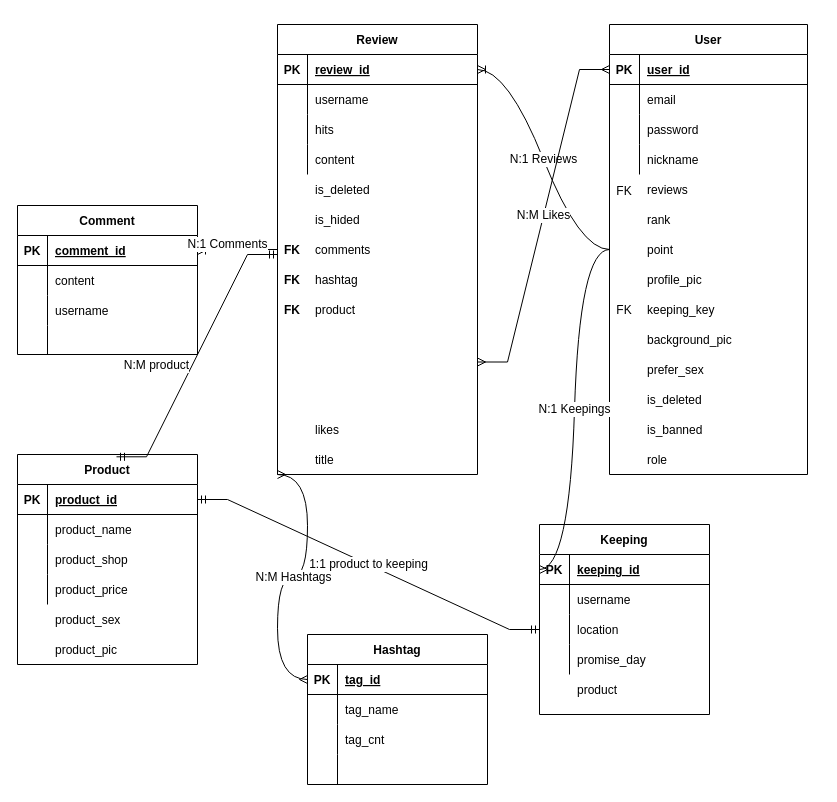
Earlier version of the draw.io diagram sreview.drawio (lectykim/sreview). Source tidied: cells renumbered, new cells numbered last; positions are measured from the earlier drawing's top-left corner, leaving out a move shared by most shapes. Both pictures are drawn from the tidied source at 100%, with x=0, y=0 at pixel (17, 24).
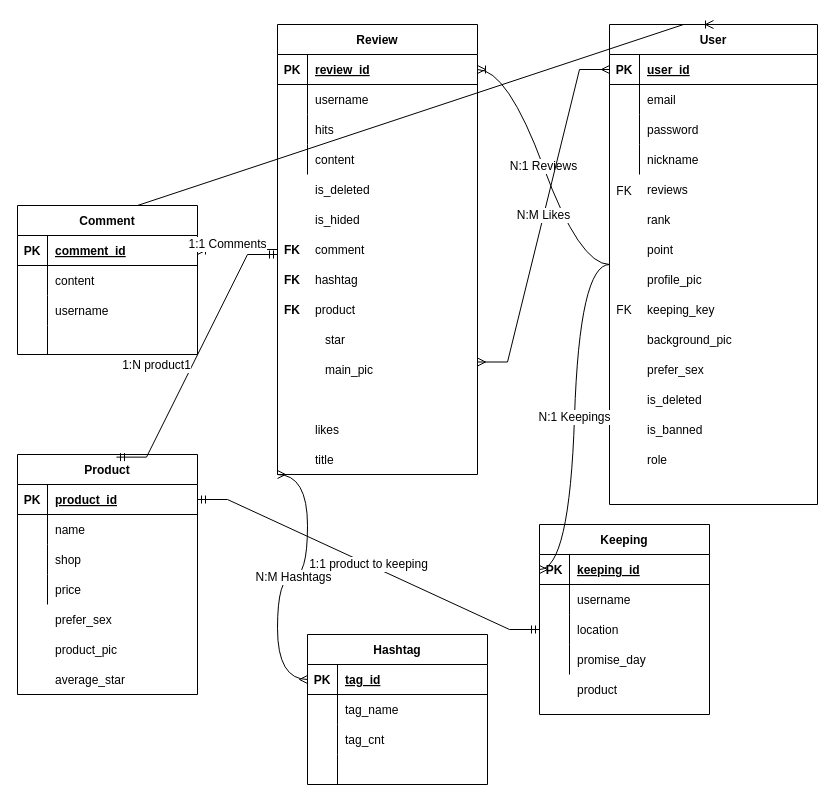
Above is the later version.

Commit message:
feat:  Database structure change => Comment - Review N:1 To 1:1 change and Role append "master" field

Unchanged cells that the change refers to:
```xml
<mxCell id="24" value="Review" style="shape=table;startSize=30;childLayout=tableLayout;rowLines=0;fontStyle=1;align=center;" parent="1" vertex="1">
  <mxGeometry x="260" width="200" height="450" as="geometry" />
</mxCell>
<mxCell id="58" value="Comment" style="shape=table;startSize=30;childLayout=tableLayout;rowLines=0;fontStyle=1;align=center;" parent="1" vertex="1">
  <mxGeometry y="181" width="180" height="149" as="geometry" />
</mxCell>
<mxCell id="59" style="shape=tableRow;horizontal=0;startSize=0;swimlaneHead=0;swimlaneBody=0;fillColor=none;points=[[0,0.5],[1,0.5]];portConstraint=eastwest;top=0;left=0;right=0;bottom=1;" parent="58" vertex="1">
  <mxGeometry y="30" width="180" height="30" as="geometry" />
</mxCell>
```

Diff of the diagram source:
```diff
@@
     <mxCell id="2" value="User" style="shape=table;startSize=30;childLayout=tableLayout;rowLines=0;fontStyle=1;align=center;" parent="1" vertex="1">
-      <mxGeometry x="592" width="198" height="450" as="geometry" />
+      <mxGeometry x="592" width="208" height="480" as="geometry" />
     </mxCell>
     <mxCell id="3" style="shape=tableRow;horizontal=0;startSize=0;swimlaneHead=0;swimlaneBody=0;fillColor=none;points=[[0,0.5],[1,0.5]];portConstraint=eastwest;top=0;left=0;right=0;bottom=1;" parent="2" vertex="1">
-      <mxGeometry y="30" width="198" height="30" as="geometry" />
+      <mxGeometry y="30" width="208" height="30" as="geometry" />
     </mxCell>
@@
     <mxCell id="5" value="user_id" style="shape=partialRectangle;fillColor=none;top=0;left=0;bottom=0;right=0;align=left;spacingLeft=6;fontStyle=5;overflow=hidden;" parent="3" vertex="1">
-      <mxGeometry x="30" width="168" height="30" as="geometry" />
+      <mxGeometry x="30" width="178" height="30" as="geometry" />
     </mxCell>
     <mxCell id="6" style="shape=tableRow;horizontal=0;startSize=0;swimlaneHead=0;swimlaneBody=0;fillColor=none;top=0;left=0;right=0;bottom=0;" parent="2" vertex="1">
-      <mxGeometry y="60" width="198" height="30" as="geometry" />
+      <mxGeometry y="60" width="208" height="30" as="geometry" />
     </mxCell>
@@
     <mxCell id="8" value="email" style="shape=partialRectangle;fillColor=none;top=0;left=0;bottom=0;right=0;align=left;spacingLeft=6;overflow=hidden;" parent="6" vertex="1">
-      <mxGeometry x="30" width="168" height="30" as="geometry" />
+      <mxGeometry x="30" width="178" height="30" as="geometry" />
     </mxCell>
     <mxCell id="9" style="shape=tableRow;horizontal=0;startSize=0;swimlaneHead=0;swimlaneBody=0;fillColor=none;top=0;left=0;right=0;bottom=0;" parent="2" vertex="1">
-      <mxGeometry y="90" width="198" height="30" as="geometry" />
+      <mxGeometry y="90" width="208" height="30" as="geometry" />
     </mxCell>
@@
     <mxCell id="11" value="password" style="shape=partialRectangle;fillColor=none;top=0;left=0;bottom=0;right=0;align=left;spacingLeft=6;overflow=hidden;" parent="9" vertex="1">
-      <mxGeometry x="30" width="168" height="30" as="geometry" />
+      <mxGeometry x="30" width="178" height="30" as="geometry" />
     </mxCell>
     <mxCell id="12" style="shape=tableRow;horizontal=0;startSize=0;swimlaneHead=0;swimlaneBody=0;fillColor=none;top=0;left=0;right=0;bottom=0;" parent="2" vertex="1">
-      <mxGeometry y="120" width="198" height="30" as="geometry" />
+      <mxGeometry y="120" width="208" height="30" as="geometry" />
     </mxCell>
@@
     <mxCell id="14" value="nickname" style="shape=partialRectangle;fillColor=none;top=0;left=0;bottom=0;right=0;align=left;spacingLeft=6;overflow=hidden;" parent="12" vertex="1">
-      <mxGeometry x="30" width="168" height="30" as="geometry" />
+      <mxGeometry x="30" width="178" height="30" as="geometry" />
     </mxCell>
@@
-    <mxCell id="41" value="comments" style="shape=partialRectangle;fillColor=none;top=0;left=0;bottom=0;right=0;align=left;spacingLeft=6;overflow=hidden;" parent="1" vertex="1">
+    <mxCell id="41" value="comment" style="shape=partialRectangle;fillColor=none;top=0;left=0;bottom=0;right=0;align=left;spacingLeft=6;overflow=hidden;" parent="1" vertex="1">
       <mxGeometry x="290" y="210" width="150" height="30" as="geometry" />
     </mxCell>
@@
-    <mxCell id="87" value="N:1 Comments" style="edgeStyle=entityRelationEdgeStyle;fontSize=12;html=1;endArrow=ERoneToMany;rounded=0;curved=1;elbow=vertical;exitX=0;exitY=0.5;exitDx=0;exitDy=0;entryX=1;entryY=0.5;entryDx=0;entryDy=0;" parent="1" edge="1" source="24" target="59">
+    <mxCell id="87" value="1:1 Comments" style="edgeStyle=entityRelationEdgeStyle;fontSize=12;html=1;endArrow=ERoneToMany;rounded=0;curved=1;elbow=vertical;exitX=0;exitY=0.5;exitDx=0;exitDy=0;entryX=1;entryY=0.5;entryDx=0;entryDy=0;" parent="1" edge="1" source="24" target="59">
       <mxGeometry x="0.24" y="-6" relative="1" as="geometry" />
     </mxCell>
@@
     <mxCell id="92" value="Product" style="shape=table;startSize=30;childLayout=tableLayout;rowLines=0;fontStyle=1;align=center;" parent="1" vertex="1">
-      <mxGeometry y="430" width="180" height="210" as="geometry" />
+      <mxGeometry y="430" width="180" height="240" as="geometry" />
     </mxCell>
@@
-    <mxCell id="105" value="product_name" style="shape=partialRectangle;fillColor=none;top=0;left=0;bottom=0;right=0;align=left;spacingLeft=6;overflow=hidden;" parent="1" vertex="1">
+    <mxCell id="105" value="name" style="shape=partialRectangle;fillColor=none;top=0;left=0;bottom=0;right=0;align=left;spacingLeft=6;overflow=hidden;" parent="1" vertex="1">
       <mxGeometry x="30" y="490" width="150" height="30" as="geometry" />
     </mxCell>
-    <mxCell id="106" value="product_shop" style="shape=partialRectangle;fillColor=none;top=0;left=0;bottom=0;right=0;align=left;spacingLeft=6;overflow=hidden;" parent="1" vertex="1">
+    <mxCell id="106" value="shop" style="shape=partialRectangle;fillColor=none;top=0;left=0;bottom=0;right=0;align=left;spacingLeft=6;overflow=hidden;" parent="1" vertex="1">
       <mxGeometry x="30" y="520" width="150" height="30" as="geometry" />
     </mxCell>
-    <mxCell id="107" value="product_price" style="shape=partialRectangle;fillColor=none;top=0;left=0;bottom=0;right=0;align=left;spacingLeft=6;overflow=hidden;" parent="1" vertex="1">
+    <mxCell id="107" value="price" style="shape=partialRectangle;fillColor=none;top=0;left=0;bottom=0;right=0;align=left;spacingLeft=6;overflow=hidden;" parent="1" vertex="1">
       <mxGeometry x="30" y="550" width="150" height="30" as="geometry" />
     </mxCell>
-    <mxCell id="108" value="product_sex" style="shape=partialRectangle;fillColor=none;top=0;left=0;bottom=0;right=0;align=left;spacingLeft=6;overflow=hidden;" parent="1" vertex="1">
+    <mxCell id="108" value="prefer_sex" style="shape=partialRectangle;fillColor=none;top=0;left=0;bottom=0;right=0;align=left;spacingLeft=6;overflow=hidden;" parent="1" vertex="1">
       <mxGeometry x="30" y="580" width="150" height="30" as="geometry" />
     </mxCell>
@@
-    <mxCell id="111" value="N:M product" style="edgeStyle=entityRelationEdgeStyle;fontSize=12;html=1;endArrow=ERmandOne;startArrow=ERmandOne;rounded=0;exitX=0.55;exitY=0.011;exitDx=0;exitDy=0;exitPerimeter=0;" parent="1" edge="1" source="92">
+    <mxCell id="111" value="1:N product1" style="edgeStyle=entityRelationEdgeStyle;fontSize=12;html=1;endArrow=ERmandOne;startArrow=ERmandOne;rounded=0;exitX=0.55;exitY=0.011;exitDx=0;exitDy=0;exitPerimeter=0;" parent="1" edge="1" source="92">
       <mxGeometry x="-0.18" y="31" relative="1" as="geometry">
         <mxPoint x="260" y="230" as="targetPoint" />
         <mxPoint x="-1" as="offset" />
       </mxGeometry>
     </mxCell>
@@
+    <mxCell id="115" value="star" style="shape=partialRectangle;fillColor=none;top=0;left=0;bottom=0;right=0;align=left;spacingLeft=6;overflow=hidden;" parent="1" vertex="1">
+      <mxGeometry x="300" y="300" width="150" height="30" as="geometry" />
+    </mxCell>
+    <mxCell id="116" value="main_pic" style="shape=partialRectangle;fillColor=none;top=0;left=0;bottom=0;right=0;align=left;spacingLeft=6;overflow=hidden;" parent="1" vertex="1">
+      <mxGeometry x="300" y="330" width="150" height="30" as="geometry" />
+    </mxCell>
+    <mxCell id="117" value="average_star" style="shape=partialRectangle;fillColor=none;top=0;left=0;bottom=0;right=0;align=left;spacingLeft=6;overflow=hidden;" parent="1" vertex="1">
+      <mxGeometry x="30" y="640" width="150" height="30" as="geometry" />
+    </mxCell>
+    <mxCell id="118" style="edgeStyle=entityRelationEdgeStyle;fontSize=12;html=1;endArrow=ERoneToMany;rounded=0;entryX=0.5;entryY=0;entryDx=0;entryDy=0;exitX=0.5;exitY=0;exitDx=0;exitDy=0;" parent="1" edge="1" source="58" target="2">
+      <mxGeometry relative="1" as="geometry" />
+    </mxCell>
```
